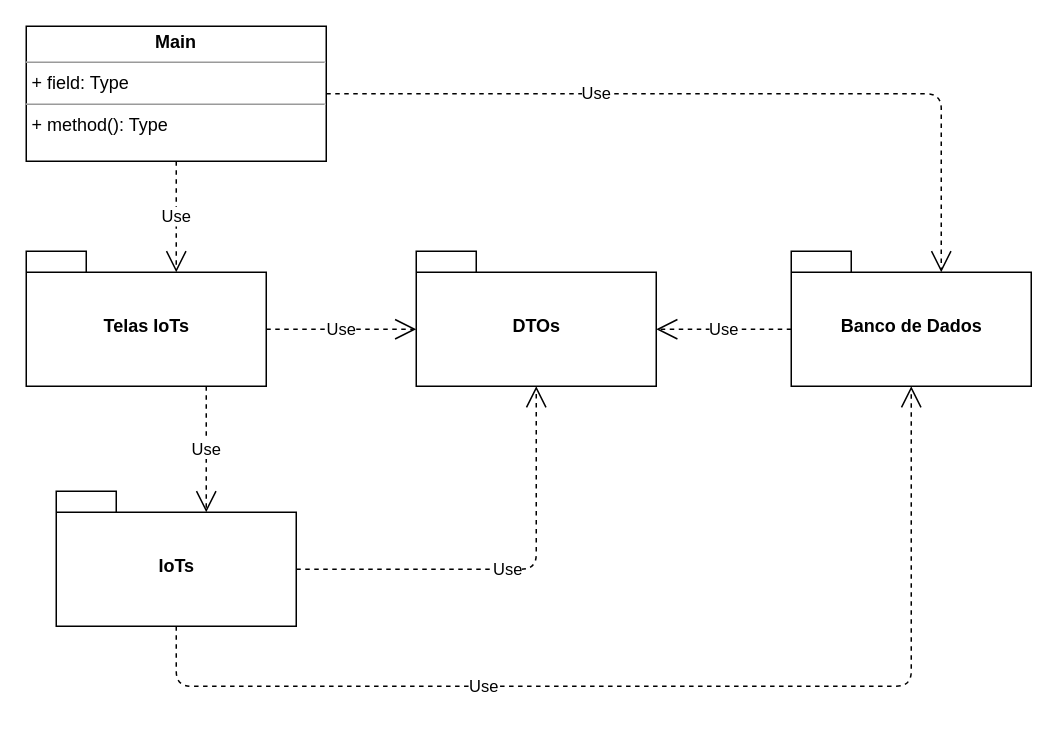
Before: page "Main" (2 of 5) of Documents/Gerenciador_IoTs.drawio in CleberPresidente100/Gerenciador_IoTs, a draw.io diagram. Source tidied: cells renumbered, new cells numbered last; positions are measured from the earlier drawing's top-left corner, leaving out a move shared by most shapes. Both pictures are drawn from the tidied source at 150%, with x=0, y=0 at pixel (26, 26).
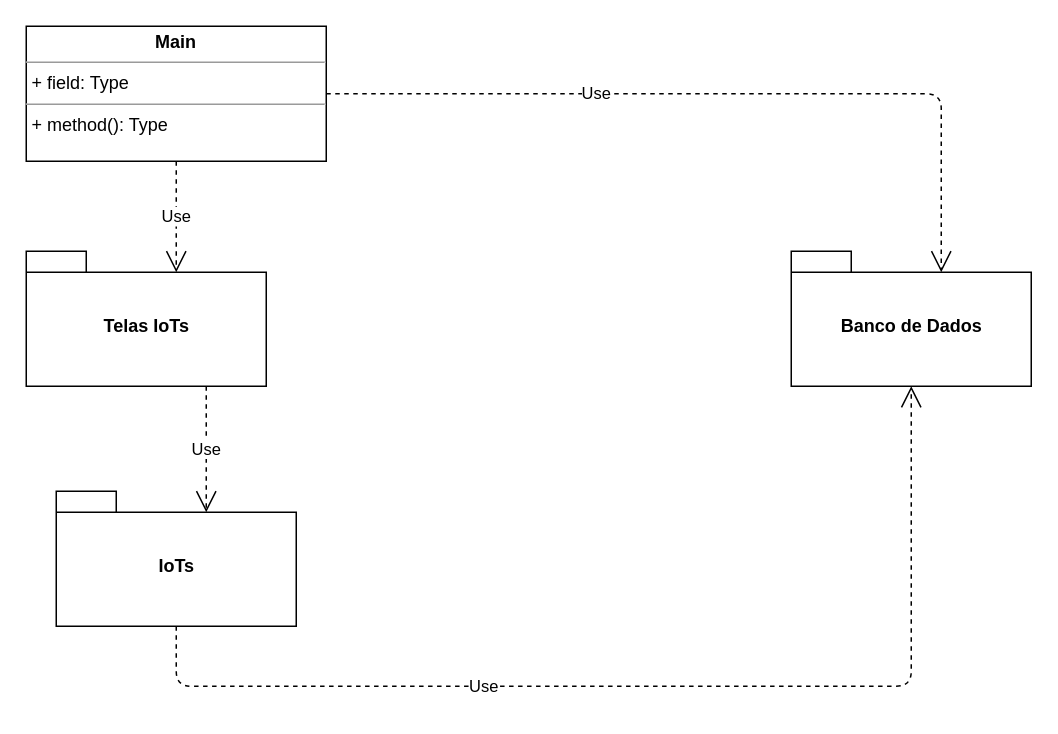
The same diagram, later.

What changed in the source:
```diff
@@
 <mxGraphModel>
   <root>
     <mxCell id="0" />
     <mxCell id="1" parent="0" />
     <mxCell id="2" value="IoTs" style="shape=folder;fontStyle=1;spacingTop=10;tabWidth=40;tabHeight=14;tabPosition=left;html=1;" parent="1" vertex="1">
       <mxGeometry x="20" y="310" width="160" height="90" as="geometry" />
     </mxCell>
     <mxCell id="3" value="&lt;p style=&quot;margin: 0px ; margin-top: 4px ; text-align: center&quot;&gt;&lt;b&gt;Main&lt;/b&gt;&lt;/p&gt;&lt;hr size=&quot;1&quot;&gt;&lt;p style=&quot;margin: 0px ; margin-left: 4px&quot;&gt;+ field: Type&lt;/p&gt;&lt;hr size=&quot;1&quot;&gt;&lt;p style=&quot;margin: 0px ; margin-left: 4px&quot;&gt;+ method(): Type&lt;/p&gt;" style="verticalAlign=top;align=left;overflow=fill;fontSize=12;fontFamily=Helvetica;html=1;" parent="1" vertex="1">
       <mxGeometry width="200" height="90" as="geometry" />
     </mxCell>
     <mxCell id="4" value="Telas IoTs" style="shape=folder;fontStyle=1;spacingTop=10;tabWidth=40;tabHeight=14;tabPosition=left;html=1;" parent="1" vertex="1">
       <mxGeometry y="150" width="160" height="90" as="geometry" />
     </mxCell>
     <mxCell id="5" value="Use" style="endArrow=open;endSize=12;dashed=1;html=1;exitX=0.75;exitY=1;exitDx=0;exitDy=0;exitPerimeter=0;entryX=0;entryY=0;entryDx=100;entryDy=14;entryPerimeter=0;" parent="1" edge="1" source="4" target="2">
       <mxGeometry relative="1" as="geometry" />
     </mxCell>
     <mxCell id="6" value="Use" style="endArrow=open;endSize=12;dashed=1;html=1;exitX=0.5;exitY=1;exitDx=0;exitDy=0;entryX=0;entryY=0;entryDx=100;entryDy=14;entryPerimeter=0;" parent="1" edge="1" source="3" target="4">
       <mxGeometry relative="1" as="geometry" />
     </mxCell>
     <mxCell id="7" value="Use" style="endArrow=open;endSize=12;dashed=1;html=1;exitX=0.5;exitY=1;exitDx=0;exitDy=0;exitPerimeter=0;entryX=0.5;entryY=1;entryDx=0;entryDy=0;entryPerimeter=0;" parent="1" edge="1" source="2" target="9">
       <mxGeometry x="-0.33" relative="1" as="geometry">
         <Array as="points">
           <mxPoint x="100" y="440" />
           <mxPoint x="590" y="440" />
         </Array>
       </mxGeometry>
     </mxCell>
     <mxCell id="8" value="Use" style="endArrow=open;endSize=12;dashed=1;html=1;exitX=1;exitY=0.5;exitDx=0;exitDy=0;entryX=0;entryY=0;entryDx=100;entryDy=14;entryPerimeter=0;" parent="1" edge="1" source="3" target="9">
       <mxGeometry x="-0.32" relative="1" as="geometry">
         <Array as="points">
           <mxPoint x="610" y="45" />
         </Array>
       </mxGeometry>
     </mxCell>
     <mxCell id="9" value="Banco de Dados" style="shape=folder;fontStyle=1;spacingTop=10;tabWidth=40;tabHeight=14;tabPosition=left;html=1;" parent="1" vertex="1">
       <mxGeometry x="510" y="150" width="160" height="90" as="geometry" />
     </mxCell>
-    <mxCell id="10" value="DTOs" style="shape=folder;fontStyle=1;spacingTop=10;tabWidth=40;tabHeight=14;tabPosition=left;html=1;" parent="1" vertex="1">
-      <mxGeometry x="260" y="150" width="160" height="90" as="geometry" />
-    </mxCell>
-    <mxCell id="11" value="Use" style="endArrow=open;endSize=12;dashed=1;html=1;exitX=0;exitY=0;exitDx=160;exitDy=52;exitPerimeter=0;entryX=0;entryY=0;entryDx=0;entryDy=52;entryPerimeter=0;" parent="1" edge="1" source="4" target="10">
-      <mxGeometry relative="1" as="geometry" />
-    </mxCell>
-    <mxCell id="12" value="Use" style="endArrow=open;endSize=12;dashed=1;html=1;exitX=0;exitY=0;exitDx=160;exitDy=52;exitPerimeter=0;entryX=0.5;entryY=1;entryDx=0;entryDy=0;entryPerimeter=0;" parent="1" edge="1" source="2" target="10">
-      <mxGeometry relative="1" as="geometry">
-        <Array as="points">
-          <mxPoint x="340" y="362" />
-        </Array>
-      </mxGeometry>
-    </mxCell>
-    <mxCell id="13" value="Use" style="endArrow=open;endSize=12;dashed=1;html=1;exitX=0;exitY=0;exitDx=0;exitDy=52;exitPerimeter=0;entryX=0;entryY=0;entryDx=160;entryDy=52;entryPerimeter=0;" parent="1" edge="1" source="9" target="10">
-      <mxGeometry relative="1" as="geometry" />
-    </mxCell>
   </root>
 </mxGraphModel>
```
